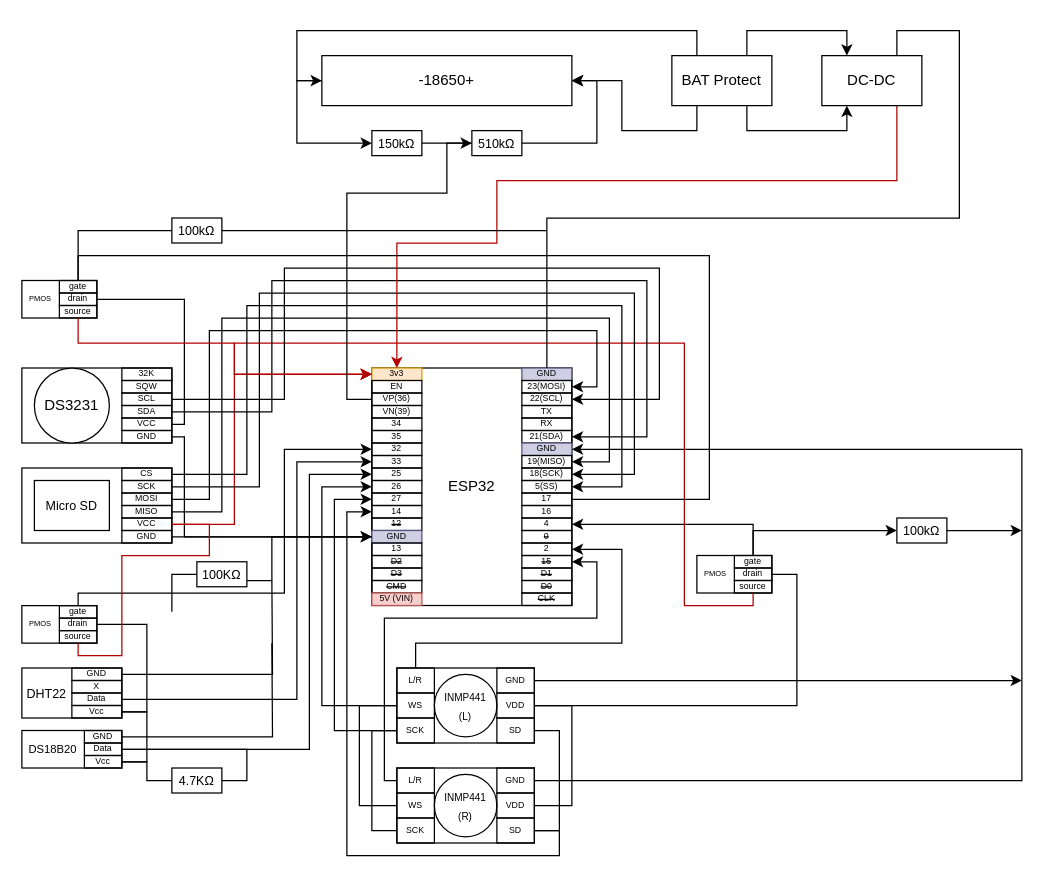
Tora0615/WildlifeObservationDevice keeps this draw.io diagram as v0.1.0_wiring diagram.drawio. Above is the earlier version. Source tidied: cells renumbered, new cells numbered last; positions are measured from the earlier drawing's top-left corner, leaving out a move shared by most shapes. Both pictures are drawn from the tidied source at 125%, with x=0, y=0 at pixel (21, 30).
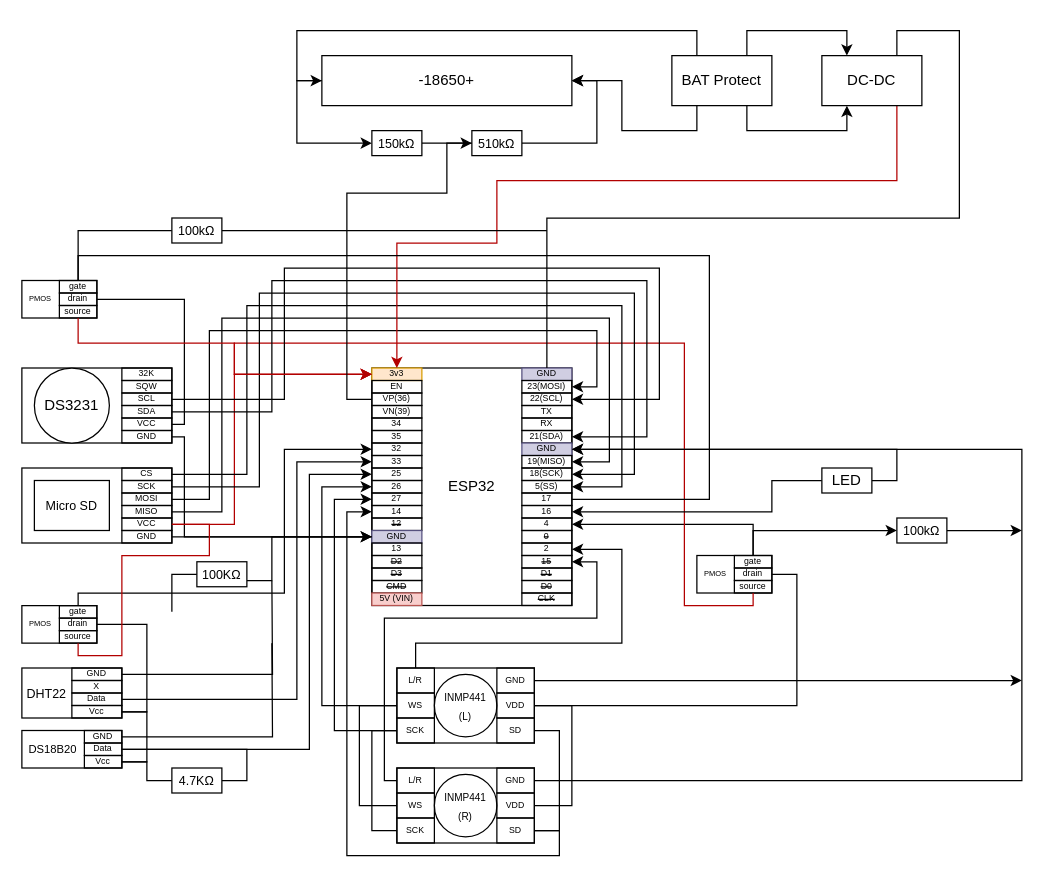
The same diagram, later.

The change refers to these unchanged cells:
```xml
<mxCell id="69" value="GND" style="text;html=1;strokeColor=none;fillColor=none;align=center;verticalAlign=middle;whiteSpace=wrap;rounded=0;fontSize=7;horizontal=1;" parent="43" vertex="1">
  <mxGeometry x="120" y="60" width="40" height="10" as="geometry" />
</mxCell>
<mxCell id="74" value="16" style="text;html=1;strokeColor=none;fillColor=none;align=center;verticalAlign=middle;whiteSpace=wrap;rounded=0;fontSize=7;horizontal=1;" parent="43" vertex="1">
  <mxGeometry x="120" y="110" width="40" height="10" as="geometry" />
</mxCell>
```

Diff of the diagram source:
```diff
@@
+    <mxCell id="255" style="edgeStyle=orthogonalEdgeStyle;rounded=0;jettySize=auto;html=1;entryX=1;entryY=0.5;entryDx=0;entryDy=0;" parent="1" edge="1" source="257" target="74">
+      <mxGeometry relative="1" as="geometry">
+        <Array as="points">
+          <mxPoint x="600" y="360" />
+          <mxPoint x="600" y="385" />
+        </Array>
+      </mxGeometry>
+    </mxCell>
+    <mxCell id="256" style="edgeStyle=orthogonalEdgeStyle;rounded=0;jettySize=auto;html=1;entryX=1;entryY=0.5;entryDx=0;entryDy=0;" parent="1" edge="1" source="257" target="69">
+      <mxGeometry relative="1" as="geometry">
+        <Array as="points">
+          <mxPoint x="700" y="360" />
+          <mxPoint x="700" y="335" />
+        </Array>
+      </mxGeometry>
+    </mxCell>
+    <mxCell id="257" value="LED" style="rounded=0;whiteSpace=wrap;html=1;" parent="1" vertex="1">
+      <mxGeometry x="640" y="349.9" width="40" height="20" as="geometry" />
+    </mxCell>
```
